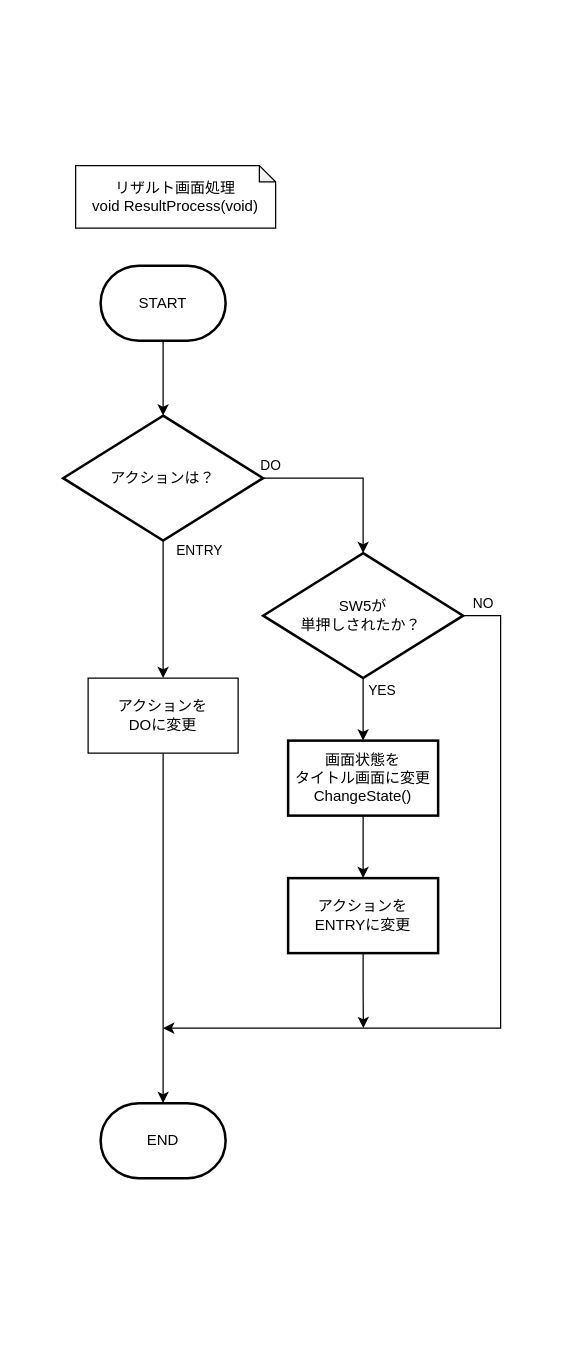
Above: 資料/設計書/フローチャート/モグラ叩き_フローチャート_リザルト.drawio in hakohumi/comp.train.whack-a-mole (draw.io), before the change. Source tidied: cells renumbered, new cells numbered last; positions are measured from the earlier drawing's top-left corner, leaving out a move shared by most shapes. Both pictures are drawn from the tidied source at 125%, with x=0, y=0 at pixel (62, 165).
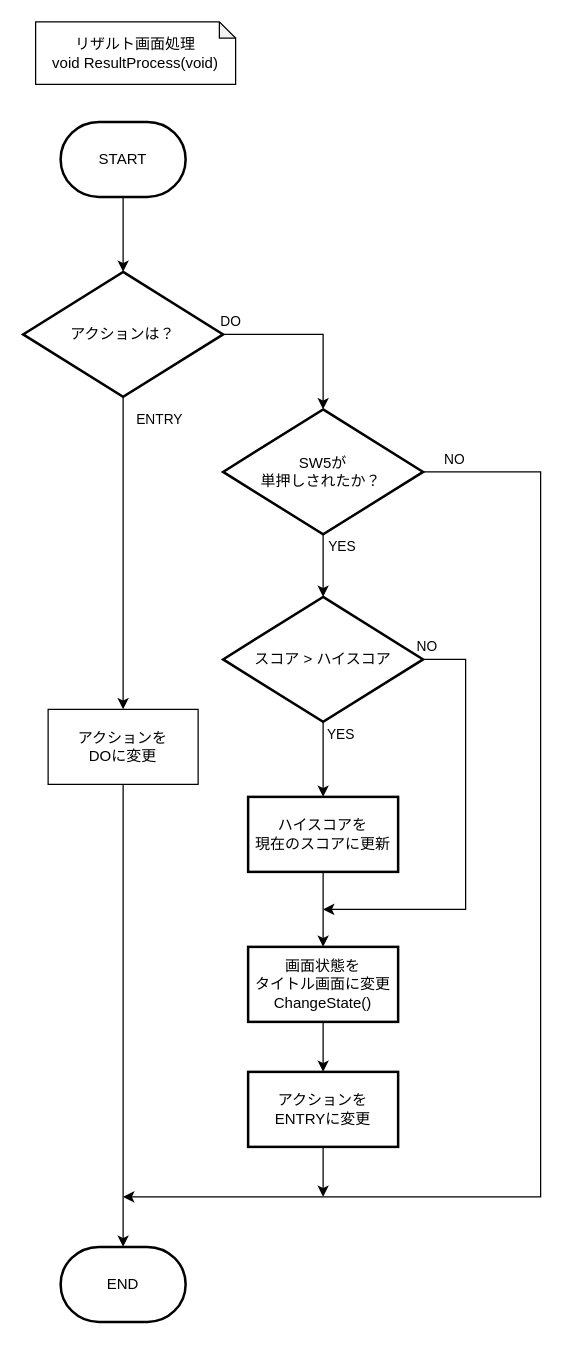
The same page after the edit.

Commit message:
設計/フローチャート/リザルト #61 ハイスコア更新処理を追加

The edit, as a diff of the source:
```diff
@@
     <mxCell id="2" value="リザルト画面処理&lt;br&gt;void ResultProcess(void)" style="shape=note;whiteSpace=wrap;html=1;backgroundOutline=1;darkOpacity=0.05;size=13;" parent="1" vertex="1">
-      <mxGeometry x="10" width="160" height="50" as="geometry" />
+      <mxGeometry x="-22" y="-115" width="160" height="50" as="geometry" />
     </mxCell>
@@
     <mxCell id="4" value="START" style="strokeWidth=2;html=1;shape=mxgraph.flowchart.terminator;whiteSpace=wrap;" parent="1" vertex="1">
-      <mxGeometry x="30" y="80" width="100" height="60" as="geometry" />
+      <mxGeometry x="-2" y="-35" width="100" height="60" as="geometry" />
     </mxCell>
@@
     <mxCell id="7" value="アクションは？" style="strokeWidth=2;html=1;shape=mxgraph.flowchart.decision;whiteSpace=wrap;" parent="1" vertex="1">
-      <mxGeometry y="200" width="160" height="100" as="geometry" />
+      <mxGeometry x="-32" y="85" width="160" height="100" as="geometry" />
     </mxCell>
     <mxCell id="8" value="END" style="strokeWidth=2;html=1;shape=mxgraph.flowchart.terminator;whiteSpace=wrap;" parent="1" vertex="1">
-      <mxGeometry x="30" y="750" width="100" height="60" as="geometry" />
+      <mxGeometry x="-2" y="865" width="100" height="60" as="geometry" />
     </mxCell>
-    <mxCell id="9" value="YES" style="edgeStyle=orthogonalEdgeStyle;rounded=0;jettySize=auto;html=1;" parent="1" edge="1" source="11" target="13">
-      <mxGeometry x="-0.6" y="15" relative="1" as="geometry" />
+    <mxCell id="9" value="YES" style="edgeStyle=orthogonalEdgeStyle;rounded=0;jettySize=auto;html=1;" parent="1" edge="1" source="11">
+      <mxGeometry x="-0.6" y="15" relative="1" as="geometry">
+        <mxPoint x="208" y="345" as="targetPoint" />
+      </mxGeometry>
     </mxCell>
     <mxCell id="10" value="NO" style="edgeStyle=orthogonalEdgeStyle;rounded=0;jettySize=auto;html=1;exitX=1;exitY=0.5;exitDx=0;exitDy=0;exitPerimeter=0;" parent="1" edge="1" source="11">
       <mxGeometry x="-0.95" y="10" relative="1" as="geometry">
-        <mxPoint x="80" y="690" as="targetPoint" />
+        <mxPoint x="48" y="825" as="targetPoint" />
         <Array as="points">
-          <mxPoint x="350" y="360" />
-          <mxPoint x="350" y="690" />
-          <mxPoint x="80" y="690" />
+          <mxPoint x="382" y="245" />
+          <mxPoint x="382" y="825" />
         </Array>
       </mxGeometry>
     </mxCell>
     <mxCell id="11" value="SW5が&lt;br&gt;単押しされたか？&amp;nbsp;" style="strokeWidth=2;html=1;shape=mxgraph.flowchart.decision;whiteSpace=wrap;" parent="1" vertex="1">
-      <mxGeometry x="160" y="310" width="160" height="100" as="geometry" />
+      <mxGeometry x="128" y="195" width="160" height="100" as="geometry" />
     </mxCell>
-    <mxCell id="12" style="edgeStyle=orthogonalEdgeStyle;rounded=0;jettySize=auto;html=1;" parent="1" edge="1" source="13" target="18">
-      <mxGeometry relative="1" as="geometry" />
-    </mxCell>
-    <mxCell id="13" value="画面状態を&lt;br&gt;タイトル画面に変更&lt;br&gt;ChangeState()" style="whiteSpace=wrap;html=1;strokeWidth=2;" parent="1" vertex="1">
-      <mxGeometry x="180" y="460" width="120" height="60" as="geometry" />
-    </mxCell>
@@
     <mxCell id="16" value="アクションを&lt;br&gt;DOに変更" style="whiteSpace=wrap;html=1;" parent="1" vertex="1">
-      <mxGeometry x="20" y="410" width="120" height="60" as="geometry" />
+      <mxGeometry x="-12" y="435" width="120" height="60" as="geometry" />
     </mxCell>
-    <mxCell id="17" style="edgeStyle=orthogonalEdgeStyle;rounded=0;jettySize=auto;html=1;exitX=0.5;exitY=1;exitDx=0;exitDy=0;strokeWidth=1;" parent="1" edge="1" source="18">
-      <mxGeometry relative="1" as="geometry">
-        <mxPoint x="240.2" y="690" as="targetPoint" />
-        <Array as="points">
-          <mxPoint x="240" y="660" />
-          <mxPoint x="240" y="660" />
-        </Array>
-      </mxGeometry>
-    </mxCell>
+    <mxCell id="12" style="edgeStyle=orthogonalEdgeStyle;rounded=0;jettySize=auto;html=1;" parent="1" edge="1" source="13" target="18">
+      <mxGeometry relative="1" as="geometry" />
+    </mxCell>
+    <mxCell id="13" value="画面状態を&lt;br&gt;タイトル画面に変更&lt;br&gt;ChangeState()" style="whiteSpace=wrap;html=1;strokeWidth=2;" parent="1" vertex="1">
+      <mxGeometry x="148" y="625" width="120" height="60" as="geometry" />
+    </mxCell>
+    <mxCell id="19" style="edgeStyle=orthogonalEdgeStyle;rounded=0;jettySize=auto;html=1;exitX=0.5;exitY=1;exitDx=0;exitDy=0;strokeWidth=1;" parent="1" edge="1" source="18">
+      <mxGeometry relative="1" as="geometry">
+        <mxPoint x="208" y="825" as="targetPoint" />
+        <Array as="points">
+          <mxPoint x="208" y="815" />
+          <mxPoint x="208" y="815" />
+        </Array>
+      </mxGeometry>
+    </mxCell>
     <mxCell id="18" value="アクションを&lt;br&gt;ENTRYに変更" style="whiteSpace=wrap;html=1;strokeWidth=2;" parent="1" vertex="1">
-      <mxGeometry x="180" y="570" width="120" height="60" as="geometry" />
+      <mxGeometry x="148" y="725" width="120" height="60" as="geometry" />
     </mxCell>
+    <mxCell id="20" value="YES" style="edgeStyle=orthogonalEdgeStyle;rounded=0;jettySize=auto;html=1;" parent="1" edge="1" source="22" target="24">
+      <mxGeometry x="-0.67" y="14" relative="1" as="geometry" />
+    </mxCell>
+    <mxCell id="21" value="NO" style="edgeStyle=orthogonalEdgeStyle;rounded=0;jettySize=auto;html=1;exitX=1;exitY=0.5;exitDx=0;exitDy=0;exitPerimeter=0;" parent="1" edge="1" source="22">
+      <mxGeometry x="-0.98" y="10" relative="1" as="geometry">
+        <mxPoint x="208" y="595" as="targetPoint" />
+        <Array as="points">
+          <mxPoint x="322" y="395" />
+          <mxPoint x="322" y="595" />
+        </Array>
+      </mxGeometry>
+    </mxCell>
+    <mxCell id="22" value="スコア &amp;gt; ハイスコア" style="strokeWidth=2;html=1;shape=mxgraph.flowchart.decision;whiteSpace=wrap;" parent="1" vertex="1">
+      <mxGeometry x="128" y="345" width="160" height="100" as="geometry" />
+    </mxCell>
+    <mxCell id="23" style="edgeStyle=orthogonalEdgeStyle;rounded=0;jettySize=auto;html=1;" parent="1" edge="1" source="24" target="13">
+      <mxGeometry relative="1" as="geometry" />
+    </mxCell>
+    <mxCell id="24" value="ハイスコアを&lt;br&gt;現在のスコアに更新" style="whiteSpace=wrap;html=1;strokeWidth=2;" parent="1" vertex="1">
+      <mxGeometry x="148" y="505" width="120" height="60" as="geometry" />
+    </mxCell>
```
